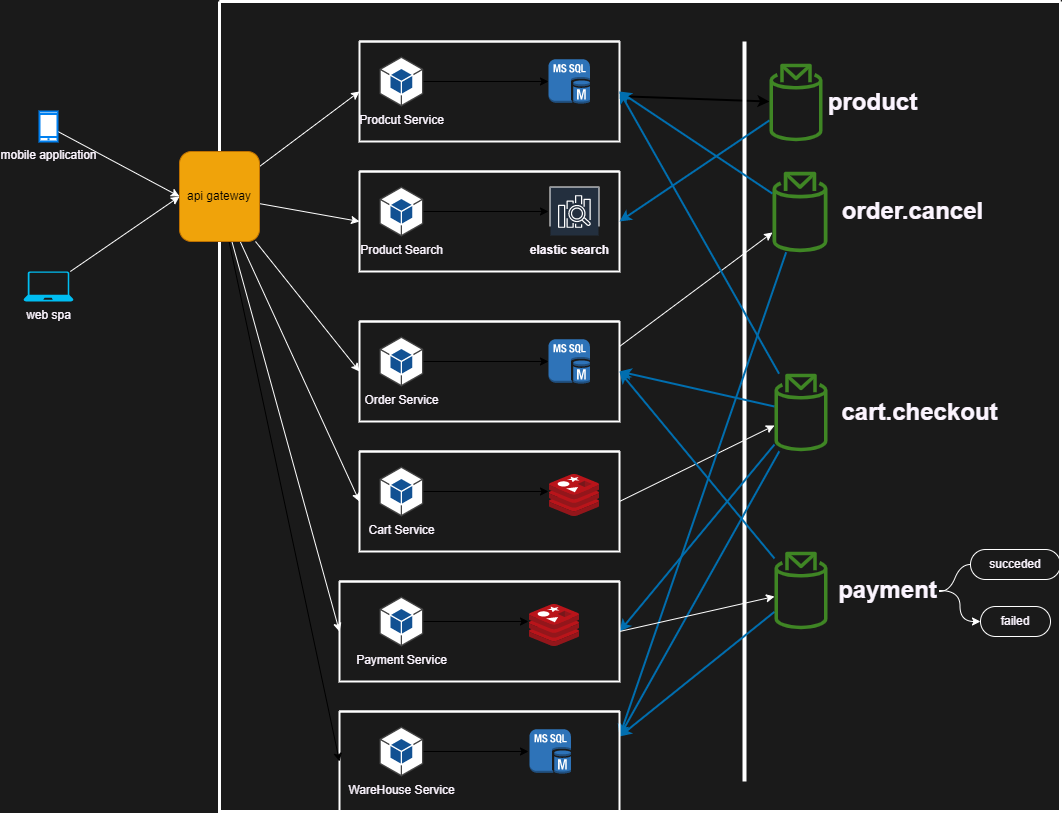
The draw.io diagram diagrams/imgs/serviceArch.png in abdo1819/MicroservicesTask, before a commit. Source tidied: cells renumbered, new cells last; positions are measured from the earlier drawing's top-left corner, leaving out a move shared by most shapes.
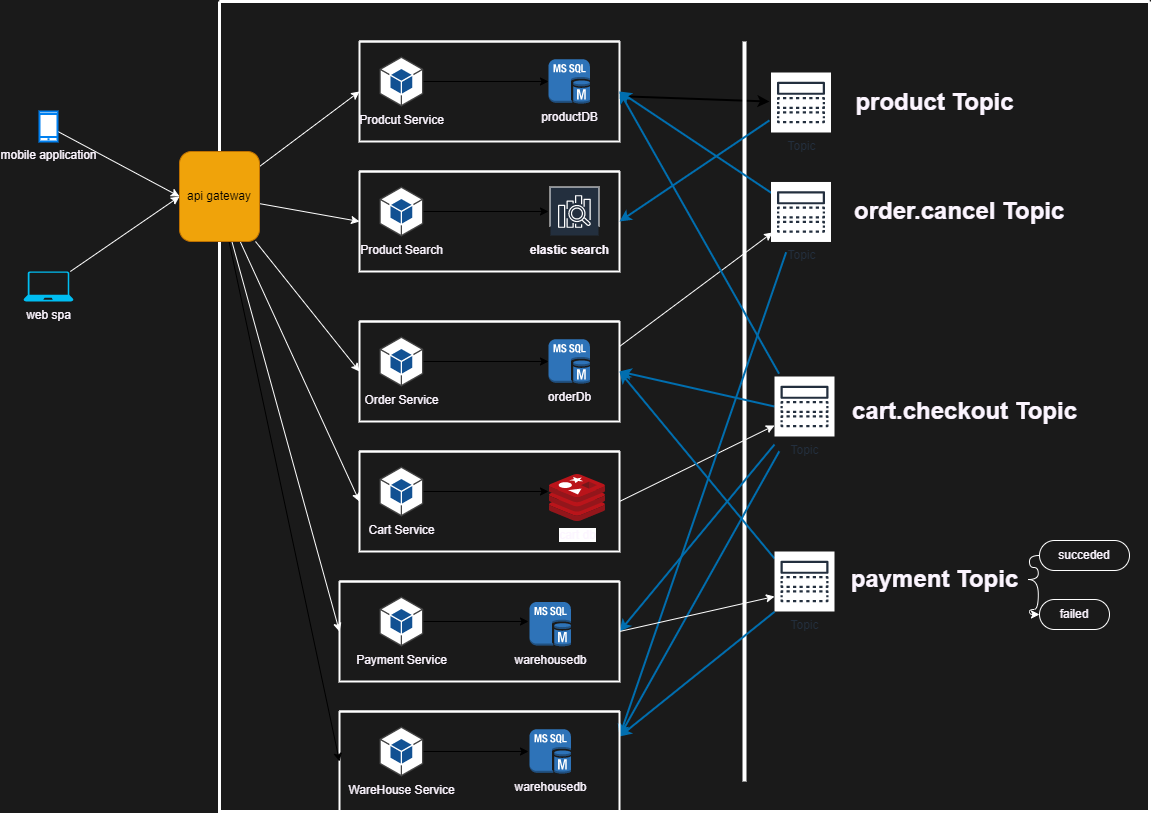
The same file after the commit.

The edit, as a diff of the source:
```diff
@@ -5,6 +5,8 @@
     <mxCell id="2" style="swimlane;startSize=0;strokeWidth=3;strokeColor=#FFFFFF;" parent="1" vertex="1">
-      <mxGeometry x="196" width="841" height="810" as="geometry" />
+      <mxGeometry x="196" width="930" height="810" as="geometry" />
     </mxCell>
-    <mxCell id="3" style="edgeStyle=none;html=1;strokeWidth=2;" parent="2" edge="1" source="4" target="25">
-      <mxGeometry relative="1" as="geometry" />
+    <mxCell id="3" style="edgeStyle=none;html=1;strokeWidth=2;" parent="2" edge="1" source="4">
+      <mxGeometry relative="1" as="geometry">
+        <mxPoint x="550" y="100" as="targetPoint" />
+      </mxGeometry>
     </mxCell>
@@ -19,7 +21,9 @@
     </mxCell>
-    <mxCell id="7" style="outlineConnect=0;dashed=0;verticalLabelPosition=bottom;verticalAlign=top;align=center;html=1;shape=mxgraph.aws3.ms_sql_instance;fillColor=#2E73B8;gradientColor=none;fontColor=#FCF5FF;" parent="4" vertex="1">
+    <mxCell id="7" value="productDB" style="outlineConnect=0;dashed=0;verticalLabelPosition=bottom;verticalAlign=top;align=center;html=1;shape=mxgraph.aws3.ms_sql_instance;fillColor=#2E73B8;gradientColor=none;fontColor=#FCF5FF;" parent="4" vertex="1">
       <mxGeometry x="189" y="17.8" width="41.4" height="44.5" as="geometry" />
     </mxCell>
-    <mxCell id="8" style="edgeStyle=none;rounded=1;html=1;fontColor=#FCF5FF;exitX=1;exitY=0.25;exitDx=0;exitDy=0;strokeColor=#FFFFFF;" parent="2" edge="1" source="9" target="35">
-      <mxGeometry relative="1" as="geometry" />
+    <mxCell id="8" style="edgeStyle=none;rounded=1;html=1;fontColor=#FCF5FF;exitX=1;exitY=0.25;exitDx=0;exitDy=0;strokeColor=#FFFFFF;" parent="2" edge="1" source="9">
+      <mxGeometry relative="1" as="geometry">
+        <mxPoint x="553" y="231" as="targetPoint" />
+      </mxGeometry>
     </mxCell>
@@ -34,7 +38,9 @@
     </mxCell>
-    <mxCell id="12" style="outlineConnect=0;dashed=0;verticalLabelPosition=bottom;verticalAlign=top;align=center;html=1;shape=mxgraph.aws3.ms_sql_instance;fillColor=#2E73B8;gradientColor=none;fontColor=#FCF5FF;" parent="9" vertex="1">
+    <mxCell id="12" value="orderDb" style="outlineConnect=0;dashed=0;verticalLabelPosition=bottom;verticalAlign=top;align=center;html=1;shape=mxgraph.aws3.ms_sql_instance;fillColor=#2E73B8;gradientColor=none;fontColor=#FCF5FF;" parent="9" vertex="1">
       <mxGeometry x="189" y="17.8" width="41.4" height="44.5" as="geometry" />
     </mxCell>
-    <mxCell id="13" style="edgeStyle=none;rounded=1;html=1;exitX=1;exitY=0.5;exitDx=0;exitDy=0;fontColor=#FCF5FF;strokeColor=#FFFFFF;" parent="2" edge="1" source="14" target="31">
-      <mxGeometry relative="1" as="geometry" />
+    <mxCell id="13" style="edgeStyle=none;rounded=1;html=1;exitX=1;exitY=0.5;exitDx=0;exitDy=0;fontColor=#FCF5FF;strokeColor=#FFFFFF;" parent="2" edge="1" source="14">
+      <mxGeometry relative="1" as="geometry">
+        <mxPoint x="555" y="424" as="targetPoint" />
+      </mxGeometry>
     </mxCell>
@@ -51,4 +57,4 @@
     </mxCell>
-    <mxCell id="17" style="sketch=0;html=1;align=center;image;fontSize=12;image=img/lib/mscae/Cache_Redis_Product.svg;fontColor=#FCF5FF;" parent="14" vertex="1">
-      <mxGeometry x="190" y="23" width="50" height="42" as="geometry" />
+    <mxCell id="17" value="cart db" style="sketch=0;html=1;align=center;image;fontSize=12;image=img/lib/mscae/Cache_Redis_Product.svg;fontColor=#FCF5FF;" parent="14" vertex="1">
+      <mxGeometry x="190" y="23" width="56" height="47" as="geometry" />
     </mxCell>
@@ -74,43 +80,50 @@
     </mxCell>
-    <mxCell id="24" style="edgeStyle=none;html=1;entryX=1;entryY=0.5;entryDx=0;entryDy=0;strokeWidth=2;fillColor=#1ba1e2;strokeColor=#006EAF;" parent="2" edge="1" source="25" target="19">
-      <mxGeometry relative="1" as="geometry" />
+    <mxCell id="24" style="edgeStyle=none;html=1;entryX=1;entryY=0.5;entryDx=0;entryDy=0;strokeWidth=2;fillColor=#1ba1e2;strokeColor=#006EAF;" parent="2" edge="1" target="19">
+      <mxGeometry relative="1" as="geometry">
+        <mxPoint x="550" y="118.9" as="sourcePoint" />
+      </mxGeometry>
     </mxCell>
-    <mxCell id="25" style="sketch=0;outlineConnect=0;fontColor=#FCF5FF;gradientColor=none;fillColor=#3F8624;strokeColor=none;dashed=0;verticalLabelPosition=bottom;verticalAlign=top;align=center;html=1;fontSize=12;fontStyle=0;shape=mxgraph.aws4.topic_2;" parent="2" vertex="1">
-      <mxGeometry x="550" y="62" width="53" height="78" as="geometry" />
-    </mxCell>
-    <mxCell id="26" value="product" style="text;strokeColor=none;fillColor=none;html=1;fontSize=24;fontStyle=1;verticalAlign=middle;align=center;fontColor=#FCF5FF;" parent="2" vertex="1">
-      <mxGeometry x="603" y="81" width="100" height="40" as="geometry" />
+    <mxCell id="26" value="product Topic" style="text;strokeColor=none;fillColor=none;html=1;fontSize=24;fontStyle=1;verticalAlign=middle;align=center;fontColor=#FCF5FF;" parent="2" vertex="1">
+      <mxGeometry x="665" y="81" width="100" height="40" as="geometry" />
     </mxCell>
-    <mxCell id="27" style="edgeStyle=none;html=1;entryX=1;entryY=0.5;entryDx=0;entryDy=0;fontColor=#FCF5FF;fillColor=#1ba1e2;strokeColor=#006EAF;rounded=1;strokeWidth=2;" parent="2" edge="1" source="31" target="4">
-      <mxGeometry relative="1" as="geometry" />
+    <mxCell id="27" style="edgeStyle=none;html=1;entryX=1;entryY=0.5;entryDx=0;entryDy=0;fontColor=#FCF5FF;fillColor=#1ba1e2;strokeColor=#006EAF;rounded=1;strokeWidth=2;" parent="2" edge="1" target="4">
+      <mxGeometry relative="1" as="geometry">
+        <mxPoint x="559.6" y="372.2" as="sourcePoint" />
+      </mxGeometry>
     </mxCell>
-    <mxCell id="28" style="edgeStyle=none;rounded=1;html=1;entryX=1;entryY=0.5;entryDx=0;entryDy=0;fontColor=#FCF5FF;fillColor=#1ba1e2;strokeColor=#006EAF;strokeWidth=2;" parent="2" edge="1" source="31" target="9">
-      <mxGeometry relative="1" as="geometry" />
+    <mxCell id="28" style="edgeStyle=none;rounded=1;html=1;entryX=1;entryY=0.5;entryDx=0;entryDy=0;fontColor=#FCF5FF;fillColor=#1ba1e2;strokeColor=#006EAF;strokeWidth=2;" parent="2" edge="1" target="9">
+      <mxGeometry relative="1" as="geometry">
+        <mxPoint x="555" y="405" as="sourcePoint" />
+      </mxGeometry>
     </mxCell>
-    <mxCell id="29" style="edgeStyle=none;html=1;entryX=1;entryY=0.25;entryDx=0;entryDy=0;fillColor=#1ba1e2;strokeColor=#006EAF;strokeWidth=2;" parent="2" edge="1" source="31" target="50">
-      <mxGeometry relative="1" as="geometry" />
+    <mxCell id="29" style="edgeStyle=none;html=1;entryX=1;entryY=0.25;entryDx=0;entryDy=0;fillColor=#1ba1e2;strokeColor=#006EAF;strokeWidth=2;" parent="2" edge="1" target="50">
+      <mxGeometry relative="1" as="geometry">
+        <mxPoint x="559.8" y="449.8" as="sourcePoint" />
+      </mxGeometry>
     </mxCell>
-    <mxCell id="30" style="edgeStyle=none;html=1;entryX=1;entryY=0.5;entryDx=0;entryDy=0;fillColor=#1ba1e2;strokeColor=#006EAF;strokeWidth=2;" parent="2" edge="1" source="31" target="38">
-      <mxGeometry relative="1" as="geometry" />
+    <mxCell id="30" style="edgeStyle=none;html=1;entryX=1;entryY=0.5;entryDx=0;entryDy=0;fillColor=#1ba1e2;strokeColor=#006EAF;strokeWidth=2;" parent="2" edge="1" target="38">
+      <mxGeometry relative="1" as="geometry">
+        <mxPoint x="555" y="443" as="sourcePoint" />
+      </mxGeometry>
     </mxCell>
-    <mxCell id="31" style="sketch=0;outlineConnect=0;fontColor=#FCF5FF;gradientColor=none;fillColor=#3F8624;strokeColor=none;dashed=0;verticalLabelPosition=bottom;verticalAlign=top;align=center;html=1;fontSize=12;fontStyle=0;shape=mxgraph.aws4.topic_2;" parent="2" vertex="1">
-      <mxGeometry x="555" y="372" width="53" height="78" as="geometry" />
-    </mxCell>
-    <mxCell id="32" value="cart.checkout" style="text;strokeColor=none;fillColor=none;html=1;fontSize=24;fontStyle=1;verticalAlign=middle;align=center;fontColor=#FCF5FF;" parent="2" vertex="1">
-      <mxGeometry x="615" y="391" width="170" height="40" as="geometry" />
+    <mxCell id="32" value="cart.checkout Topic" style="text;strokeColor=none;fillColor=none;html=1;fontSize=24;fontStyle=1;verticalAlign=middle;align=center;fontColor=#FCF5FF;" parent="2" vertex="1">
+      <mxGeometry x="660" y="390" width="170" height="40" as="geometry" />
     </mxCell>
-    <mxCell id="33" style="edgeStyle=none;rounded=1;html=1;entryX=1;entryY=0.5;entryDx=0;entryDy=0;fontColor=#FCF5FF;fillColor=#1ba1e2;strokeColor=#006EAF;strokeWidth=2;" parent="2" edge="1" source="35" target="4">
-      <mxGeometry relative="1" as="geometry" />
+    <mxCell id="33" style="edgeStyle=none;rounded=1;html=1;entryX=1;entryY=0.5;entryDx=0;entryDy=0;fontColor=#FCF5FF;fillColor=#1ba1e2;strokeColor=#006EAF;strokeWidth=2;" parent="2" edge="1" target="4">
+      <mxGeometry relative="1" as="geometry">
+        <mxPoint x="553" y="192.1" as="sourcePoint" />
+      </mxGeometry>
     </mxCell>
-    <mxCell id="34" style="edgeStyle=none;html=1;entryX=1;entryY=0.25;entryDx=0;entryDy=0;fillColor=#1ba1e2;strokeColor=#006EAF;strokeWidth=2;" parent="2" edge="1" source="35" target="50">
-      <mxGeometry relative="1" as="geometry" />
+    <mxCell id="34" style="edgeStyle=none;html=1;entryX=1;entryY=0.25;entryDx=0;entryDy=0;fillColor=#1ba1e2;strokeColor=#006EAF;strokeWidth=2;" parent="2" edge="1" target="50">
+      <mxGeometry relative="1" as="geometry">
+        <mxPoint x="566.6" y="250.7" as="sourcePoint" />
+      </mxGeometry>
     </mxCell>
-    <mxCell id="35" style="sketch=0;outlineConnect=0;fontColor=#FCF5FF;gradientColor=none;fillColor=#3F8624;strokeColor=none;dashed=0;verticalLabelPosition=bottom;verticalAlign=top;align=center;html=1;fontSize=12;fontStyle=0;shape=mxgraph.aws4.topic_2;" parent="2" vertex="1">
-      <mxGeometry x="553" y="170" width="55" height="80.9" as="geometry" />
-    </mxCell>
-    <mxCell id="36" value="order.cancel" style="text;strokeColor=none;fillColor=none;html=1;fontSize=24;fontStyle=1;verticalAlign=middle;align=center;fontColor=#FCF5FF;" parent="2" vertex="1">
-      <mxGeometry x="615" y="190.5" width="155" height="40" as="geometry" />
+    <mxCell id="36" value="order.cancel Topic&amp;nbsp;" style="text;strokeColor=none;fillColor=none;html=1;fontSize=24;fontStyle=1;verticalAlign=middle;align=center;fontColor=#FCF5FF;" parent="2" vertex="1">
+      <mxGeometry x="665" y="190.5" width="155" height="40" as="geometry" />
     </mxCell>
-    <mxCell id="37" style="edgeStyle=none;rounded=1;html=1;exitX=1;exitY=0.5;exitDx=0;exitDy=0;fontColor=#FCF5FF;strokeColor=#FFFFFF;" parent="2" edge="1" source="38" target="44">
-      <mxGeometry relative="1" as="geometry" />
+    <mxCell id="37" style="edgeStyle=none;rounded=1;html=1;exitX=1;exitY=0.5;exitDx=0;exitDy=0;fontColor=#FCF5FF;strokeColor=#FFFFFF;" parent="2" edge="1" source="38">
+      <mxGeometry relative="1" as="geometry">
+        <mxPoint x="555" y="595" as="targetPoint" />
+      </mxGeometry>
     </mxCell>
@@ -127,31 +140,21 @@
     </mxCell>
-    <mxCell id="41" style="sketch=0;html=1;align=center;image;fontSize=12;image=img/lib/mscae/Cache_Redis_Product.svg;fontColor=#FCF5FF;" parent="38" vertex="1">
-      <mxGeometry x="190" y="23" width="50" height="42" as="geometry" />
-    </mxCell>
+    <mxCell id="65" value="warehousedb&lt;br&gt;" style="dashed=0;verticalLabelPosition=bottom;verticalAlign=top;align=center;html=1;shape=mxgraph.aws3.ms_sql_instance;fillColor=#2E73B8;gradientColor=none;fontColor=#FCF5FF;" parent="38" vertex="1">
+      <mxGeometry x="190" y="20.5" width="41.4" height="44.5" as="geometry" />
+    </mxCell>
-    <mxCell id="42" style="edgeStyle=none;rounded=1;html=1;entryX=1;entryY=0.5;entryDx=0;entryDy=0;fontColor=#FCF5FF;fillColor=#1ba1e2;strokeColor=#006EAF;strokeWidth=2;" parent="2" edge="1" source="44" target="9">
-      <mxGeometry relative="1" as="geometry" />
+    <mxCell id="42" style="edgeStyle=none;rounded=1;html=1;entryX=1;entryY=0.5;entryDx=0;entryDy=0;fontColor=#FCF5FF;fillColor=#1ba1e2;strokeColor=#006EAF;strokeWidth=2;" parent="2" edge="1" target="9">
+      <mxGeometry relative="1" as="geometry">
+        <mxPoint x="555" y="557" as="sourcePoint" />
+      </mxGeometry>
     </mxCell>
-    <mxCell id="43" style="edgeStyle=none;html=1;entryX=1;entryY=0.25;entryDx=0;entryDy=0;fillColor=#1ba1e2;strokeColor=#006EAF;strokeWidth=2;" parent="2" edge="1" source="44" target="50">
-      <mxGeometry relative="1" as="geometry" />
+    <mxCell id="43" style="edgeStyle=none;html=1;entryX=1;entryY=0.25;entryDx=0;entryDy=0;fillColor=#1ba1e2;strokeColor=#006EAF;strokeWidth=2;" parent="2" edge="1" target="50">
+      <mxGeometry relative="1" as="geometry">
+        <mxPoint x="555" y="610.3" as="sourcePoint" />
+      </mxGeometry>
     </mxCell>
-    <mxCell id="44" style="sketch=0;outlineConnect=0;fontColor=#FCF5FF;gradientColor=none;fillColor=#3F8624;strokeColor=none;dashed=0;verticalLabelPosition=bottom;verticalAlign=top;align=center;html=1;fontSize=12;fontStyle=0;shape=mxgraph.aws4.topic_2;" parent="2" vertex="1">
-      <mxGeometry x="555" y="550" width="53" height="78" as="geometry" />
-    </mxCell>
-    <mxCell id="45" style="edgeStyle=orthogonalEdgeStyle;rounded=1;html=1;entryX=0;entryY=0.5;entryDx=0;entryDy=0;fontColor=#FCF5FF;curved=1;strokeColor=#FFFFFF;" parent="2" edge="1" source="46" target="49">
-      <mxGeometry relative="1" as="geometry" />
-    </mxCell>
-    <mxCell id="46" value="payment" style="text;strokeColor=none;fillColor=none;html=1;fontSize=24;fontStyle=1;verticalAlign=middle;align=center;fontColor=#FCF5FF;" parent="2" vertex="1">
-      <mxGeometry x="615" y="569" width="105" height="40" as="geometry" />
+    <mxCell id="46" value="payment Topic" style="text;strokeColor=none;fillColor=none;html=1;fontSize=24;fontStyle=1;verticalAlign=middle;align=center;fontColor=#FCF5FF;" parent="2" vertex="1">
+      <mxGeometry x="621.2" y="558" width="187.5" height="40" as="geometry" />
     </mxCell>
-    <mxCell id="47" value="&lt;font&gt;succeded&lt;/font&gt;" style="whiteSpace=wrap;html=1;rounded=1;arcSize=50;align=center;verticalAlign=middle;strokeWidth=1;spacing=4;newEdgeStyle={&quot;edgeStyle&quot;:&quot;entityRelationEdgeStyle&quot;,&quot;startArrow&quot;:&quot;none&quot;,&quot;endArrow&quot;:&quot;none&quot;,&quot;segment&quot;:10,&quot;curved&quot;:1};fontColor=#FCF5FF;fillColor=none;strokeColor=#FFFFFF;" parent="2" vertex="1">
-      <mxGeometry x="751" y="548" width="90" height="30" as="geometry" />
-    </mxCell>
-    <mxCell id="48" style="edgeStyle=entityRelationEdgeStyle;startArrow=none;endArrow=none;segment=10;curved=1;rounded=1;fontColor=#FCF5FF;strokeColor=#FFFFFF;" parent="2" edge="1" target="47">
-      <mxGeometry relative="1" as="geometry">
-        <mxPoint x="720" y="590" as="sourcePoint" />
-      </mxGeometry>
+    <mxCell id="48" style="edgeStyle=entityRelationEdgeStyle;startArrow=none;endArrow=none;segment=10;curved=1;rounded=1;fontColor=#FCF5FF;strokeColor=#FFFFFF;exitX=1;exitY=0.5;exitDx=0;exitDy=0;" parent="2" edge="1" source="46" target="47">
+      <mxGeometry relative="1" as="geometry" />
     </mxCell>
-    <mxCell id="49" value="&lt;font&gt;failed&lt;br&gt;&lt;/font&gt;" style="whiteSpace=wrap;html=1;rounded=1;arcSize=50;align=center;verticalAlign=middle;strokeWidth=1;spacing=4;newEdgeStyle={&quot;edgeStyle&quot;:&quot;entityRelationEdgeStyle&quot;,&quot;startArrow&quot;:&quot;none&quot;,&quot;endArrow&quot;:&quot;none&quot;,&quot;segment&quot;:10,&quot;curved&quot;:1};fontColor=#FCF5FF;fillColor=none;strokeColor=#FFFFFF;" parent="2" vertex="1">
-      <mxGeometry x="761" y="605" width="70" height="30" as="geometry" />
-    </mxCell>
     <mxCell id="50" style="swimlane;startSize=0;fontColor=#FCF5FF;strokeWidth=2;strokeColor=#FFFFFF;" parent="2" vertex="1">
@@ -167,5 +170,20 @@
     </mxCell>
-    <mxCell id="53" style="dashed=0;verticalLabelPosition=bottom;verticalAlign=top;align=center;html=1;shape=mxgraph.aws3.ms_sql_instance;fillColor=#2E73B8;gradientColor=none;fontColor=#FCF5FF;" parent="50" vertex="1">
+    <mxCell id="53" value="warehousedb&lt;br&gt;" style="dashed=0;verticalLabelPosition=bottom;verticalAlign=top;align=center;html=1;shape=mxgraph.aws3.ms_sql_instance;fillColor=#2E73B8;gradientColor=none;fontColor=#FCF5FF;" parent="50" vertex="1">
       <mxGeometry x="190" y="17.8" width="41.4" height="44.5" as="geometry" />
     </mxCell>
+    <mxCell id="47" value="&lt;font&gt;succeded&lt;/font&gt;" style="whiteSpace=wrap;html=1;rounded=1;arcSize=50;align=center;verticalAlign=middle;strokeWidth=1;spacing=4;newEdgeStyle={&quot;edgeStyle&quot;:&quot;entityRelationEdgeStyle&quot;,&quot;startArrow&quot;:&quot;none&quot;,&quot;endArrow&quot;:&quot;none&quot;,&quot;segment&quot;:10,&quot;curved&quot;:1};fontColor=#FCF5FF;fillColor=none;strokeColor=#FFFFFF;" parent="2" vertex="1">
+      <mxGeometry x="820" y="539" width="90" height="30" as="geometry" />
+    </mxCell>
+    <mxCell id="66" value="Topic" style="sketch=0;fontColor=#232F3E;gradientColor=none;strokeColor=#232F3E;fillColor=#ffffff;dashed=0;verticalLabelPosition=bottom;verticalAlign=top;align=center;html=1;fontSize=12;fontStyle=0;shape=mxgraph.aws4.resourceIcon;resIcon=mxgraph.aws4.topic;" parent="2" vertex="1">
+      <mxGeometry x="551.5" y="71" width="60" height="60" as="geometry" />
+    </mxCell>
+    <mxCell id="67" value="Topic" style="sketch=0;fontColor=#232F3E;gradientColor=none;strokeColor=#232F3E;fillColor=#ffffff;dashed=0;verticalLabelPosition=bottom;verticalAlign=top;align=center;html=1;fontSize=12;fontStyle=0;shape=mxgraph.aws4.resourceIcon;resIcon=mxgraph.aws4.topic;" parent="2" vertex="1">
+      <mxGeometry x="551.5" y="180.5" width="60" height="60" as="geometry" />
+    </mxCell>
+    <mxCell id="68" value="Topic" style="sketch=0;fontColor=#232F3E;gradientColor=none;strokeColor=#232F3E;fillColor=#ffffff;dashed=0;verticalLabelPosition=bottom;verticalAlign=top;align=center;html=1;fontSize=12;fontStyle=0;shape=mxgraph.aws4.resourceIcon;resIcon=mxgraph.aws4.topic;" parent="2" vertex="1">
+      <mxGeometry x="555" y="375" width="60" height="60" as="geometry" />
+    </mxCell>
+    <mxCell id="69" value="Topic" style="sketch=0;fontColor=#232F3E;gradientColor=none;strokeColor=#232F3E;fillColor=#ffffff;dashed=0;verticalLabelPosition=bottom;verticalAlign=top;align=center;html=1;fontSize=12;fontStyle=0;shape=mxgraph.aws4.resourceIcon;resIcon=mxgraph.aws4.topic;" parent="2" vertex="1">
+      <mxGeometry x="555" y="550" width="60" height="60" as="geometry" />
+    </mxCell>
     <mxCell id="54" style="edgeStyle=none;html=1;entryX=0;entryY=0.5;entryDx=0;entryDy=0;fontColor=#FCF5FF;strokeColor=#FFFFFF;" parent="1" edge="1" source="55" target="64">
@@ -203,2 +221,8 @@
     </mxCell>
+    <mxCell id="49" value="&lt;font&gt;failed&lt;br&gt;&lt;/font&gt;" style="whiteSpace=wrap;html=1;rounded=1;arcSize=50;align=center;verticalAlign=middle;strokeWidth=1;spacing=4;newEdgeStyle={&quot;edgeStyle&quot;:&quot;entityRelationEdgeStyle&quot;,&quot;startArrow&quot;:&quot;none&quot;,&quot;endArrow&quot;:&quot;none&quot;,&quot;segment&quot;:10,&quot;curved&quot;:1};fontColor=#FCF5FF;fillColor=none;strokeColor=#FFFFFF;" parent="1" vertex="1">
+      <mxGeometry x="1016" y="598" width="70" height="30" as="geometry" />
+    </mxCell>
+    <mxCell id="45" style="edgeStyle=orthogonalEdgeStyle;rounded=1;html=1;entryX=0;entryY=0.5;entryDx=0;entryDy=0;fontColor=#FCF5FF;curved=1;strokeColor=#FFFFFF;" parent="1" edge="1" source="46" target="49">
+      <mxGeometry relative="1" as="geometry" />
+    </mxCell>
   </root>
```
